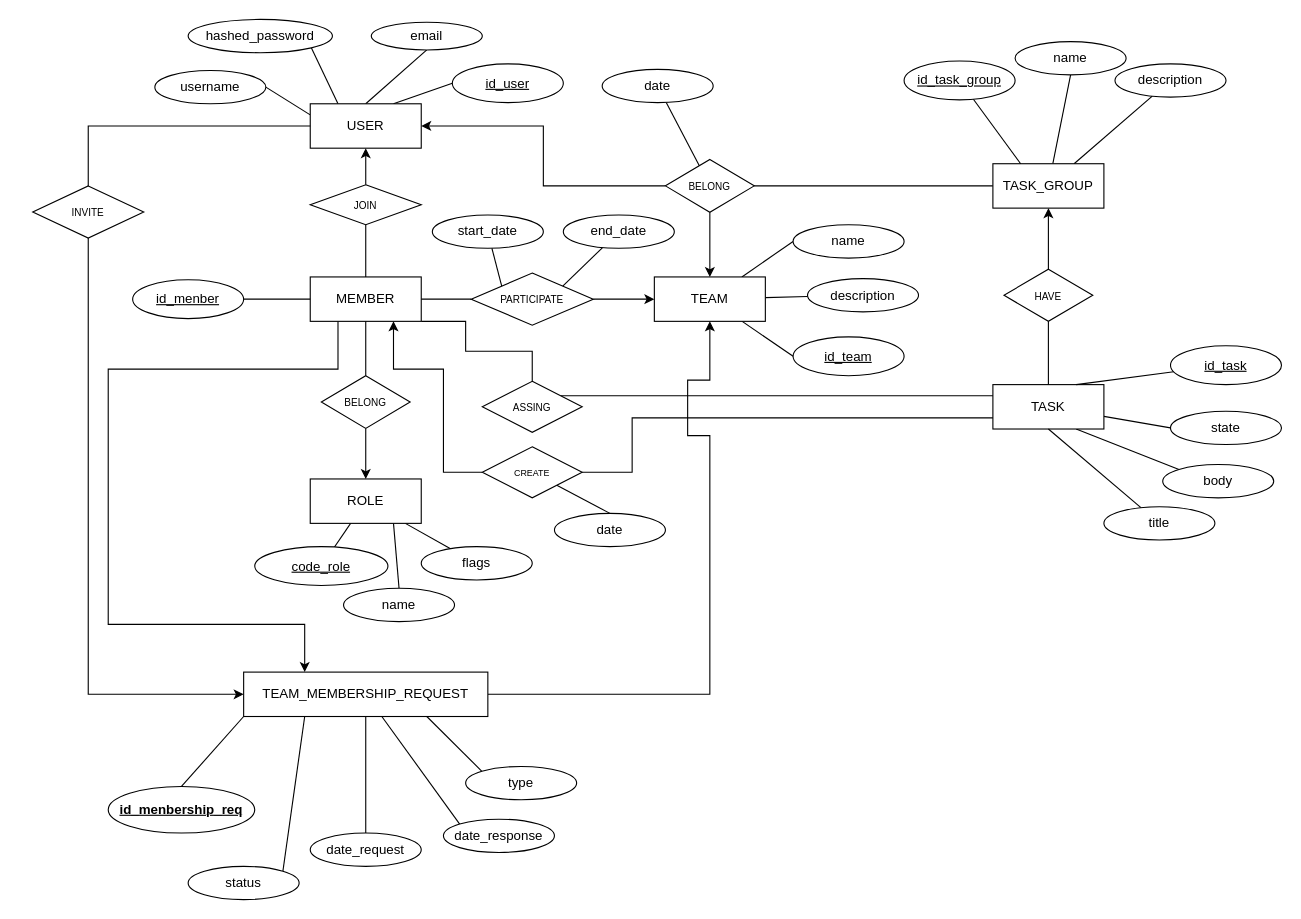
XhuaSpy/task_system_for_teams keeps this draw.io diagram as page "entity_relationship" (2 of 3) of docs/todo_app.drawio. Above is the earlier version. Source tidied: cells renumbered, new cells numbered last; positions are measured from the earlier drawing's top-left corner, leaving out a move shared by most shapes. Both pictures are drawn from the tidied source at 111%, with x=0, y=0 at pixel (32, 19).
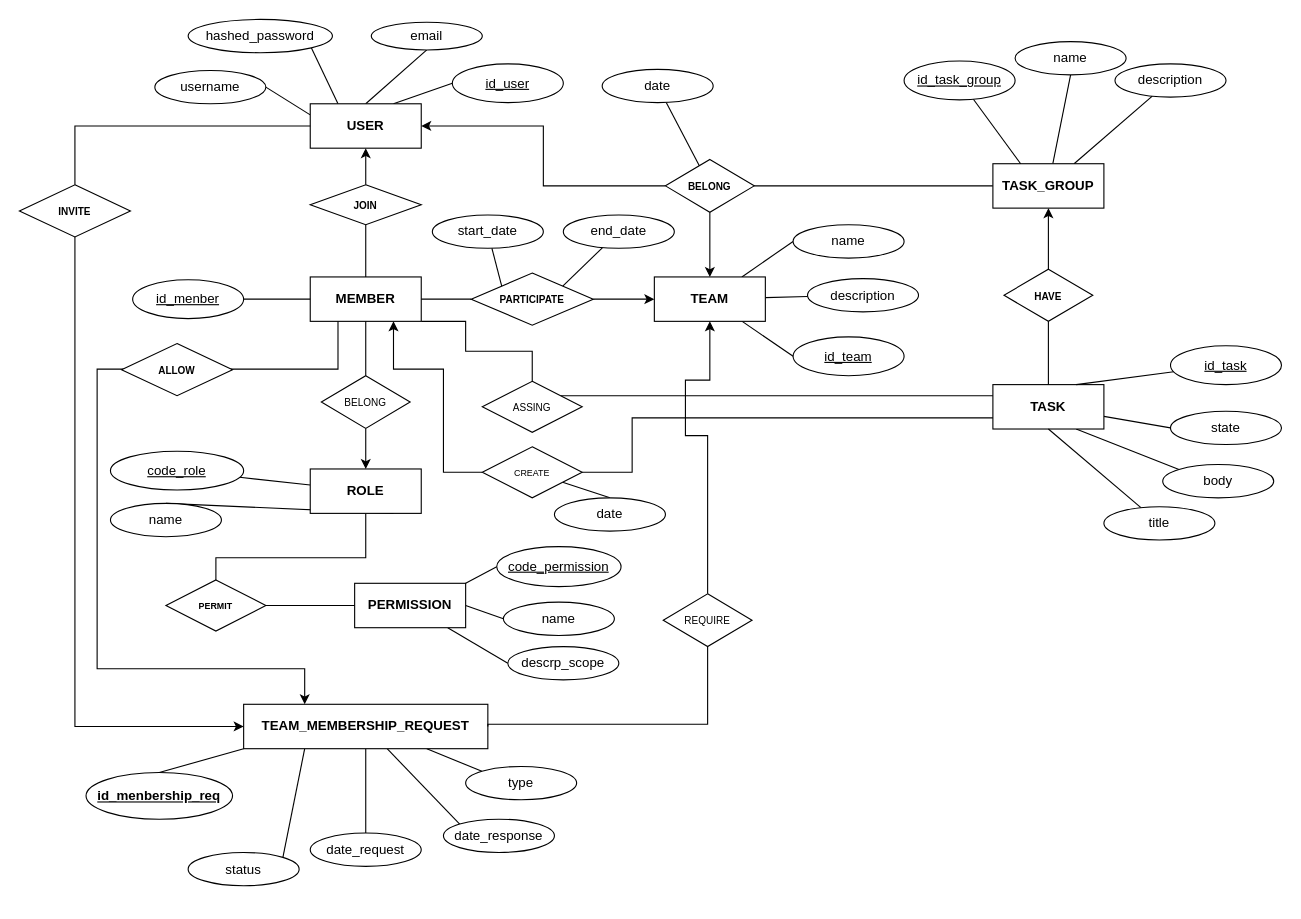
After the change.

The edit, as a diff of the source:
```diff
@@
     <mxCell id="6" style="edgeStyle=orthogonalEdgeStyle;rounded=0;jettySize=auto;html=1;entryX=0;entryY=0.5;entryDx=0;entryDy=0;exitX=0.5;exitY=1;exitDx=0;exitDy=0;" parent="1" edge="1" source="55" target="36">
       <mxGeometry relative="1" as="geometry">
         <Array as="points">
-          <mxPoint x="50" y="608" />
+          <mxPoint x="38" y="197" />
+          <mxPoint x="38" y="637" />
         </Array>
       </mxGeometry>
     </mxCell>
-    <mxCell id="7" value="USER" style="whiteSpace=wrap;html=1;align=center;" parent="1" vertex="1">
+    <mxCell id="7" value="&lt;b&gt;USER&lt;/b&gt;" style="whiteSpace=wrap;html=1;align=center;" parent="1" vertex="1">
       <mxGeometry x="250" y="76" width="100" height="40" as="geometry" />
     </mxCell>
@@
-    <mxCell id="15" value="&lt;font style=&quot;font-size: 9px;&quot;&gt;BELONG&lt;/font&gt;" style="shape=rhombus;perimeter=rhombusPerimeter;whiteSpace=wrap;html=1;align=center;" parent="1" vertex="1">
+    <mxCell id="15" value="&lt;font style=&quot;font-size: 9px;&quot;&gt;&lt;b&gt;BELONG&lt;/b&gt;&lt;/font&gt;" style="shape=rhombus;perimeter=rhombusPerimeter;whiteSpace=wrap;html=1;align=center;" parent="1" vertex="1">
       <mxGeometry x="570" y="126.2" width="80" height="47.5" as="geometry" />
     </mxCell>
@@
-    <mxCell id="18" value="TASK" style="whiteSpace=wrap;html=1;align=center;" parent="1" vertex="1">
+    <mxCell id="18" value="&lt;b&gt;TASK&lt;/b&gt;" style="whiteSpace=wrap;html=1;align=center;" parent="1" vertex="1">
       <mxGeometry x="865" y="329" width="100" height="40" as="geometry" />
     </mxCell>
@@
-    <mxCell id="22" value="TASK_GROUP" style="whiteSpace=wrap;html=1;align=center;" parent="1" vertex="1">
+    <mxCell id="22" value="&lt;b&gt;TASK_GROUP&lt;/b&gt;" style="whiteSpace=wrap;html=1;align=center;" parent="1" vertex="1">
       <mxGeometry x="865" y="130" width="100" height="40" as="geometry" />
     </mxCell>
@@
-    <mxCell id="26" value="TEAM" style="whiteSpace=wrap;html=1;align=center;" parent="1" vertex="1">
+    <mxCell id="26" value="&lt;b&gt;TEAM&lt;/b&gt;" style="whiteSpace=wrap;html=1;align=center;" parent="1" vertex="1">
       <mxGeometry x="560" y="232" width="100" height="40" as="geometry" />
     </mxCell>
-    <mxCell id="27" style="rounded=0;jettySize=auto;html=1;endArrow=none;endFill=0;" parent="1" edge="1" source="30" target="75">
-      <mxGeometry relative="1" as="geometry" />
-    </mxCell>
@@
+    <mxCell id="90" style="edgeStyle=orthogonalEdgeStyle;rounded=0;jettySize=auto;html=1;exitX=0.5;exitY=1;exitDx=0;exitDy=0;entryX=0.5;entryY=0;entryDx=0;entryDy=0;endArrow=none;endFill=0;" parent="1" edge="1" source="30" target="96">
+      <mxGeometry relative="1" as="geometry">
+        <Array as="points">
+          <mxPoint x="300" y="485" />
+          <mxPoint x="165" y="485" />
+        </Array>
+      </mxGeometry>
+    </mxCell>
-    <mxCell id="30" value="ROLE" style="whiteSpace=wrap;html=1;align=center;" parent="1" vertex="1">
-      <mxGeometry x="250" y="414" width="100" height="40" as="geometry" />
+    <mxCell id="30" value="&lt;b&gt;ROLE&lt;/b&gt;" style="whiteSpace=wrap;html=1;align=center;" parent="1" vertex="1">
+      <mxGeometry x="250" y="405" width="100" height="40" as="geometry" />
     </mxCell>
-    <mxCell id="31" style="edgeStyle=orthogonalEdgeStyle;rounded=0;jettySize=auto;html=1;entryX=0.5;entryY=1;entryDx=0;entryDy=0;exitX=1;exitY=0.5;exitDx=0;exitDy=0;" parent="1" edge="1" source="36" target="26">
+    <mxCell id="31" style="edgeStyle=orthogonalEdgeStyle;rounded=0;jettySize=auto;html=1;entryX=0.5;entryY=1;entryDx=0;entryDy=0;exitX=0.5;exitY=0;exitDx=0;exitDy=0;" parent="1" edge="1" source="101" target="26">
       <mxGeometry relative="1" as="geometry">
         <Array as="points">
-          <mxPoint x="610" y="608" />
-          <mxPoint x="610" y="375" />
-          <mxPoint x="590" y="375" />
-          <mxPoint x="590" y="325" />
+          <mxPoint x="608" y="375" />
+          <mxPoint x="588" y="375" />
+          <mxPoint x="588" y="325" />
           <mxPoint x="610" y="325" />
         </Array>
       </mxGeometry>
     </mxCell>
@@
-    <mxCell id="36" value="TEAM_MEMBERSHIP_REQUEST" style="whiteSpace=wrap;html=1;align=center;" parent="1" vertex="1">
-      <mxGeometry x="190" y="588" width="220" height="40" as="geometry" />
+    <mxCell id="36" value="&lt;b&gt;TEAM_MEMBERSHIP_REQUEST&lt;/b&gt;" style="whiteSpace=wrap;html=1;align=center;" parent="1" vertex="1">
+      <mxGeometry x="190" y="617" width="220" height="40" as="geometry" />
     </mxCell>
@@
-    <mxCell id="40" style="edgeStyle=orthogonalEdgeStyle;rounded=0;jettySize=auto;html=1;entryX=0.25;entryY=0;entryDx=0;entryDy=0;exitX=0.25;exitY=1;exitDx=0;exitDy=0;" parent="1" edge="1" source="43" target="36">
+    <mxCell id="40" style="edgeStyle=orthogonalEdgeStyle;rounded=0;jettySize=auto;html=1;entryX=0.25;entryY=0;entryDx=0;entryDy=0;exitX=0.25;exitY=1;exitDx=0;exitDy=0;" parent="1" edge="1" source="103" target="36">
       <mxGeometry relative="1" as="geometry">
         <Array as="points">
-          <mxPoint x="275" y="315" />
-          <mxPoint x="68" y="315" />
-          <mxPoint x="68" y="545" />
-          <mxPoint x="245" y="545" />
+          <mxPoint x="58" y="315" />
+          <mxPoint x="58" y="585" />
+          <mxPoint x="245" y="585" />
         </Array>
       </mxGeometry>
     </mxCell>
@@
-    <mxCell id="43" value="MEMBER" style="whiteSpace=wrap;html=1;align=center;" parent="1" vertex="1">
+    <mxCell id="43" value="&lt;b&gt;MEMBER&lt;/b&gt;" style="whiteSpace=wrap;html=1;align=center;" parent="1" vertex="1">
       <mxGeometry x="250" y="232" width="100" height="40" as="geometry" />
     </mxCell>
@@
-    <mxCell id="45" value="&lt;font style=&quot;font-size: 9px;&quot;&gt;JOIN&lt;/font&gt;" style="shape=rhombus;perimeter=rhombusPerimeter;whiteSpace=wrap;html=1;align=center;" parent="1" vertex="1">
+    <mxCell id="45" value="&lt;font style=&quot;font-size: 9px;&quot;&gt;&lt;b&gt;JOIN&lt;/b&gt;&lt;/font&gt;" style="shape=rhombus;perimeter=rhombusPerimeter;whiteSpace=wrap;html=1;align=center;" parent="1" vertex="1">
       <mxGeometry x="250" y="149" width="100" height="36" as="geometry" />
     </mxCell>
@@
-    <mxCell id="47" value="&lt;font style=&quot;font-size: 9px;&quot;&gt;PARTICIPATE&lt;/font&gt;" style="shape=rhombus;perimeter=rhombusPerimeter;whiteSpace=wrap;html=1;align=center;" parent="1" vertex="1">
+    <mxCell id="47" value="&lt;font style=&quot;font-size: 9px;&quot;&gt;&lt;b&gt;PARTICIPATE&lt;/b&gt;&lt;/font&gt;" style="shape=rhombus;perimeter=rhombusPerimeter;whiteSpace=wrap;html=1;align=center;" parent="1" vertex="1">
       <mxGeometry x="395" y="228.5" width="110" height="47" as="geometry" />
     </mxCell>
@@
-    <mxCell id="51" value="&lt;font style=&quot;font-size: 9px;&quot;&gt;HAVE&lt;/font&gt;" style="shape=rhombus;perimeter=rhombusPerimeter;whiteSpace=wrap;html=1;align=center;" parent="1" vertex="1">
+    <mxCell id="51" value="&lt;font style=&quot;font-size: 9px;&quot;&gt;&lt;b&gt;HAVE&lt;/b&gt;&lt;/font&gt;" style="shape=rhombus;perimeter=rhombusPerimeter;whiteSpace=wrap;html=1;align=center;" parent="1" vertex="1">
       <mxGeometry x="875" y="225" width="80" height="47" as="geometry" />
     </mxCell>
@@
     <mxCell id="54" style="edgeStyle=orthogonalEdgeStyle;rounded=0;jettySize=auto;html=1;entryX=0.5;entryY=0;entryDx=0;entryDy=0;endArrow=none;endFill=0;exitX=0;exitY=0.5;exitDx=0;exitDy=0;" parent="1" edge="1" source="7" target="55">
       <mxGeometry relative="1" as="geometry">
         <Array as="points">
-          <mxPoint x="50" y="96" />
+          <mxPoint x="38" y="96" />
         </Array>
       </mxGeometry>
     </mxCell>
-    <mxCell id="55" value="&lt;font style=&quot;font-size: 9px;&quot;&gt;INVITE&lt;/font&gt;" style="shape=rhombus;perimeter=rhombusPerimeter;whiteSpace=wrap;html=1;align=center;" parent="1" vertex="1">
-      <mxGeometry y="150" width="100" height="47" as="geometry" />
+    <mxCell id="55" value="&lt;font style=&quot;font-size: 9px;&quot;&gt;&lt;b&gt;INVITE&lt;/b&gt;&lt;/font&gt;" style="shape=rhombus;perimeter=rhombusPerimeter;whiteSpace=wrap;html=1;align=center;" parent="1" vertex="1">
+      <mxGeometry x="-12" y="149" width="100" height="47" as="geometry" />
     </mxCell>
@@
     <mxCell id="61" value="status" style="ellipse;whiteSpace=wrap;html=1;align=center;" parent="1" vertex="1">
-      <mxGeometry x="140" y="763" width="100" height="30" as="geometry" />
+      <mxGeometry x="140" y="750.5" width="100" height="30" as="geometry" />
     </mxCell>
@@
     <mxCell id="66" value="&lt;span style=&quot;font-weight: 700; text-align: left;&quot;&gt;id_menbership_req&lt;/span&gt;" style="ellipse;whiteSpace=wrap;html=1;align=center;fontStyle=4;" parent="1" vertex="1">
-      <mxGeometry x="68" y="691" width="132" height="42" as="geometry" />
+      <mxGeometry x="48" y="678.5" width="132" height="42" as="geometry" />
     </mxCell>
@@
     <mxCell id="73" value="code_role" style="ellipse;whiteSpace=wrap;html=1;align=center;fontStyle=4;" parent="1" vertex="1">
-      <mxGeometry x="200" y="475" width="120" height="35" as="geometry" />
+      <mxGeometry x="70" y="389" width="120" height="35" as="geometry" />
     </mxCell>
     <mxCell id="74" value="name" style="ellipse;whiteSpace=wrap;html=1;align=center;" parent="1" vertex="1">
-      <mxGeometry x="280" y="512.5" width="100" height="30" as="geometry" />
+      <mxGeometry x="70" y="436" width="100" height="30" as="geometry" />
     </mxCell>
-    <mxCell id="75" value="flags" style="ellipse;whiteSpace=wrap;html=1;align=center;" parent="1" vertex="1">
-      <mxGeometry x="350" y="475" width="100" height="30" as="geometry" />
-    </mxCell>
@@
     <mxCell id="80" value="date" style="ellipse;whiteSpace=wrap;html=1;align=center;" parent="1" vertex="1">
-      <mxGeometry x="470" y="445" width="100" height="30" as="geometry" />
+      <mxGeometry x="470" y="431" width="100" height="30" as="geometry" />
     </mxCell>
@@
+    <mxCell id="91" style="rounded=0;jettySize=auto;html=1;exitX=1;exitY=0;exitDx=0;exitDy=0;entryX=0;entryY=0.5;entryDx=0;entryDy=0;endArrow=none;endFill=0;" parent="1" edge="1" source="94" target="97">
+      <mxGeometry relative="1" as="geometry" />
+    </mxCell>
+    <mxCell id="92" style="rounded=0;jettySize=auto;html=1;exitX=1;exitY=0.5;exitDx=0;exitDy=0;entryX=0;entryY=0.5;entryDx=0;entryDy=0;endArrow=none;endFill=0;" parent="1" edge="1" source="94" target="98">
+      <mxGeometry relative="1" as="geometry" />
+    </mxCell>
+    <mxCell id="93" style="rounded=0;jettySize=auto;html=1;entryX=0;entryY=0.5;entryDx=0;entryDy=0;endArrow=none;endFill=0;" parent="1" edge="1" source="94" target="99">
+      <mxGeometry relative="1" as="geometry" />
+    </mxCell>
+    <mxCell id="94" value="&lt;span style=&quot;font-weight: 700;&quot;&gt;PERMISSION&lt;/span&gt;" style="whiteSpace=wrap;html=1;align=center;" parent="1" vertex="1">
+      <mxGeometry x="290" y="508" width="100" height="40" as="geometry" />
+    </mxCell>
+    <mxCell id="95" style="edgeStyle=orthogonalEdgeStyle;rounded=0;jettySize=auto;html=1;entryX=0;entryY=0.5;entryDx=0;entryDy=0;endArrow=none;endFill=0;" parent="1" edge="1" source="96" target="94">
+      <mxGeometry relative="1" as="geometry" />
+    </mxCell>
+    <mxCell id="96" value="&lt;span lang=&quot;en&quot; class=&quot;HwtZe&quot;&gt;&lt;font style=&quot;font-size: 8px;&quot;&gt;&lt;b&gt;PERMIT&lt;/b&gt;&lt;/font&gt;&lt;/span&gt;" style="shape=rhombus;perimeter=rhombusPerimeter;whiteSpace=wrap;html=1;align=center;" parent="1" vertex="1">
+      <mxGeometry x="120" y="505" width="90" height="46" as="geometry" />
+    </mxCell>
+    <mxCell id="97" value="code_permission" style="ellipse;whiteSpace=wrap;html=1;align=center;fontStyle=4;" parent="1" vertex="1">
+      <mxGeometry x="418" y="475" width="112" height="36" as="geometry" />
+    </mxCell>
+    <mxCell id="98" value="name" style="ellipse;whiteSpace=wrap;html=1;align=center;" parent="1" vertex="1">
+      <mxGeometry x="424" y="525" width="100" height="30" as="geometry" />
+    </mxCell>
+    <mxCell id="99" value="descrp_scope" style="ellipse;whiteSpace=wrap;html=1;align=center;" parent="1" vertex="1">
+      <mxGeometry x="428" y="565" width="100" height="30" as="geometry" />
+    </mxCell>
+    <mxCell id="100" style="edgeStyle=orthogonalEdgeStyle;rounded=0;jettySize=auto;html=1;entryX=0.5;entryY=1;entryDx=0;entryDy=0;exitX=1;exitY=0.5;exitDx=0;exitDy=0;endArrow=none;endFill=0;" parent="1" edge="1" source="36" target="101">
+      <mxGeometry relative="1" as="geometry">
+        <Array as="points">
+          <mxPoint x="410" y="635" />
+          <mxPoint x="608" y="635" />
+        </Array>
+      </mxGeometry>
+    </mxCell>
+    <mxCell id="101" value="&lt;font style=&quot;font-size: 9px;&quot;&gt;REQUIRE&lt;/font&gt;" style="shape=rhombus;perimeter=rhombusPerimeter;whiteSpace=wrap;html=1;align=center;" parent="1" vertex="1">
+      <mxGeometry x="568" y="517.5" width="80" height="47.5" as="geometry" />
+    </mxCell>
+    <mxCell id="102" style="edgeStyle=orthogonalEdgeStyle;rounded=0;jettySize=auto;html=1;entryX=0.25;entryY=0;entryDx=0;entryDy=0;exitX=0.25;exitY=1;exitDx=0;exitDy=0;" parent="1" edge="1" source="43" target="103">
+      <mxGeometry relative="1" as="geometry">
+        <Array as="points">
+          <mxPoint x="275" y="315" />
+        </Array>
+      </mxGeometry>
+    </mxCell>
+    <mxCell id="103" value="&lt;span lang=&quot;en&quot; class=&quot;HwtZe&quot;&gt;&lt;b&gt;&lt;font style=&quot;font-size: 9px;&quot;&gt;ALLOW&lt;/font&gt;&lt;/b&gt;&lt;/span&gt;" style="shape=rhombus;perimeter=rhombusPerimeter;whiteSpace=wrap;html=1;align=center;" parent="1" vertex="1">
+      <mxGeometry x="80" y="292" width="100" height="47" as="geometry" />
+    </mxCell>
```
